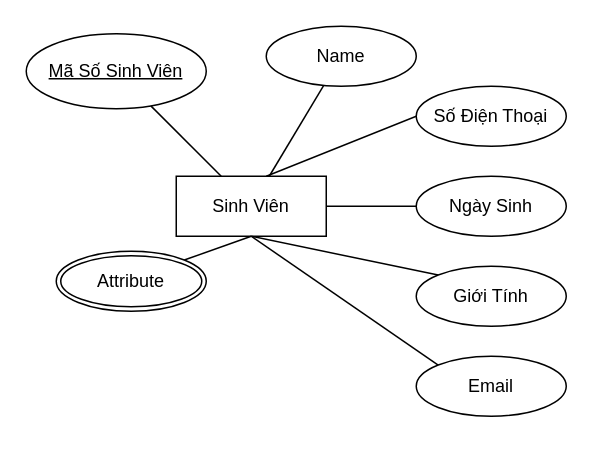
Earlier version of the draw.io diagram page "Bài 1.1" (2 of 2) of Buổi 01/Diagrams/File Bài Tập DrawIO _ B01.drawio (IT-uth/Database-Design). Source tidied: cells renumbered, new cells numbered last; positions are measured from the earlier drawing's top-left corner, leaving out a move shared by most shapes. Both pictures are drawn from the tidied source at 150%, with x=0, y=0 at pixel (26, 26).
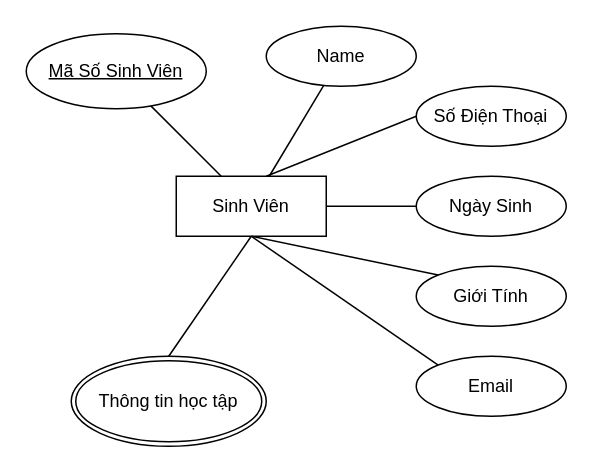
The same page after the edit.

Diff of the diagram source:
```diff
@@
 <mxGraphModel>
   <root>
     <mxCell id="0" />
     <mxCell id="1" parent="0" />
     <mxCell id="2" style="rounded=0;jettySize=auto;html=1;endArrow=none;endFill=0;" parent="1" edge="1" source="3" target="6">
       <mxGeometry relative="1" as="geometry" />
     </mxCell>
     <mxCell id="3" value="Sinh Viên" style="whiteSpace=wrap;html=1;align=center;" parent="1" vertex="1">
       <mxGeometry x="100" y="100" width="100" height="40" as="geometry" />
     </mxCell>
     <mxCell id="4" style="rounded=0;jettySize=auto;html=1;endArrow=none;endFill=0;" parent="1" edge="1" source="5" target="3">
       <mxGeometry relative="1" as="geometry" />
     </mxCell>
     <mxCell id="5" value="Name" style="ellipse;whiteSpace=wrap;html=1;align=center;" parent="1" vertex="1">
       <mxGeometry x="160" width="100" height="40" as="geometry" />
     </mxCell>
     <mxCell id="6" value="Mã Số Sinh Viên" style="ellipse;whiteSpace=wrap;html=1;align=center;fontStyle=4;" parent="1" vertex="1">
       <mxGeometry y="5" width="120" height="50" as="geometry" />
     </mxCell>
     <mxCell id="7" style="rounded=0;jettySize=auto;html=1;endArrow=none;endFill=0;" parent="1" edge="1" source="8" target="3">
       <mxGeometry relative="1" as="geometry" />
     </mxCell>
     <mxCell id="8" value="Ngày Sinh" style="ellipse;whiteSpace=wrap;html=1;align=center;" parent="1" vertex="1">
       <mxGeometry x="260" y="100" width="100" height="40" as="geometry" />
     </mxCell>
     <mxCell id="9" style="rounded=0;jettySize=auto;html=1;exitX=0;exitY=0;exitDx=0;exitDy=0;entryX=0.5;entryY=1;entryDx=0;entryDy=0;endArrow=none;endFill=0;" parent="1" edge="1" source="10" target="3">
       <mxGeometry relative="1" as="geometry" />
     </mxCell>
     <mxCell id="10" value="Giới Tính" style="ellipse;whiteSpace=wrap;html=1;align=center;" parent="1" vertex="1">
       <mxGeometry x="260" y="160" width="100" height="40" as="geometry" />
     </mxCell>
     <mxCell id="11" style="rounded=0;jettySize=auto;html=1;exitX=0;exitY=0;exitDx=0;exitDy=0;entryX=0.5;entryY=1;entryDx=0;entryDy=0;endArrow=none;endFill=0;" parent="1" edge="1" source="12" target="3">
       <mxGeometry relative="1" as="geometry" />
     </mxCell>
     <mxCell id="12" value="Email" style="ellipse;whiteSpace=wrap;html=1;align=center;" parent="1" vertex="1">
       <mxGeometry x="260" y="220" width="100" height="40" as="geometry" />
     </mxCell>
     <mxCell id="13" style="rounded=0;jettySize=auto;html=1;exitX=0;exitY=0.5;exitDx=0;exitDy=0;endArrow=none;endFill=0;" parent="1" edge="1" source="14">
       <mxGeometry relative="1" as="geometry">
         <mxPoint x="160" y="100" as="targetPoint" />
       </mxGeometry>
     </mxCell>
     <mxCell id="14" value="Số Điện Thoại" style="ellipse;whiteSpace=wrap;html=1;align=center;" parent="1" vertex="1">
       <mxGeometry x="260" y="40" width="100" height="40" as="geometry" />
     </mxCell>
-    <mxCell id="15" style="rounded=0;jettySize=auto;html=1;exitX=1;exitY=0;exitDx=0;exitDy=0;entryX=0.5;entryY=1;entryDx=0;entryDy=0;endArrow=none;endFill=0;" parent="1" edge="1" source="16" target="3">
+    <mxCell id="15" style="rounded=0;jettySize=auto;html=1;exitX=0.5;exitY=0;exitDx=0;exitDy=0;entryX=0.5;entryY=1;entryDx=0;entryDy=0;endArrow=none;endFill=0;" parent="1" edge="1" source="16" target="3">
       <mxGeometry relative="1" as="geometry" />
     </mxCell>
-    <mxCell id="16" value="Attribute" style="ellipse;shape=doubleEllipse;margin=3;whiteSpace=wrap;html=1;align=center;" parent="1" vertex="1">
-      <mxGeometry x="20" y="150" width="100" height="40" as="geometry" />
+    <mxCell id="16" value="Thông tin học tập" style="ellipse;shape=doubleEllipse;margin=3;whiteSpace=wrap;html=1;align=center;" parent="1" vertex="1">
+      <mxGeometry x="30" y="220" width="130" height="60" as="geometry" />
     </mxCell>
   </root>
 </mxGraphModel>
```
